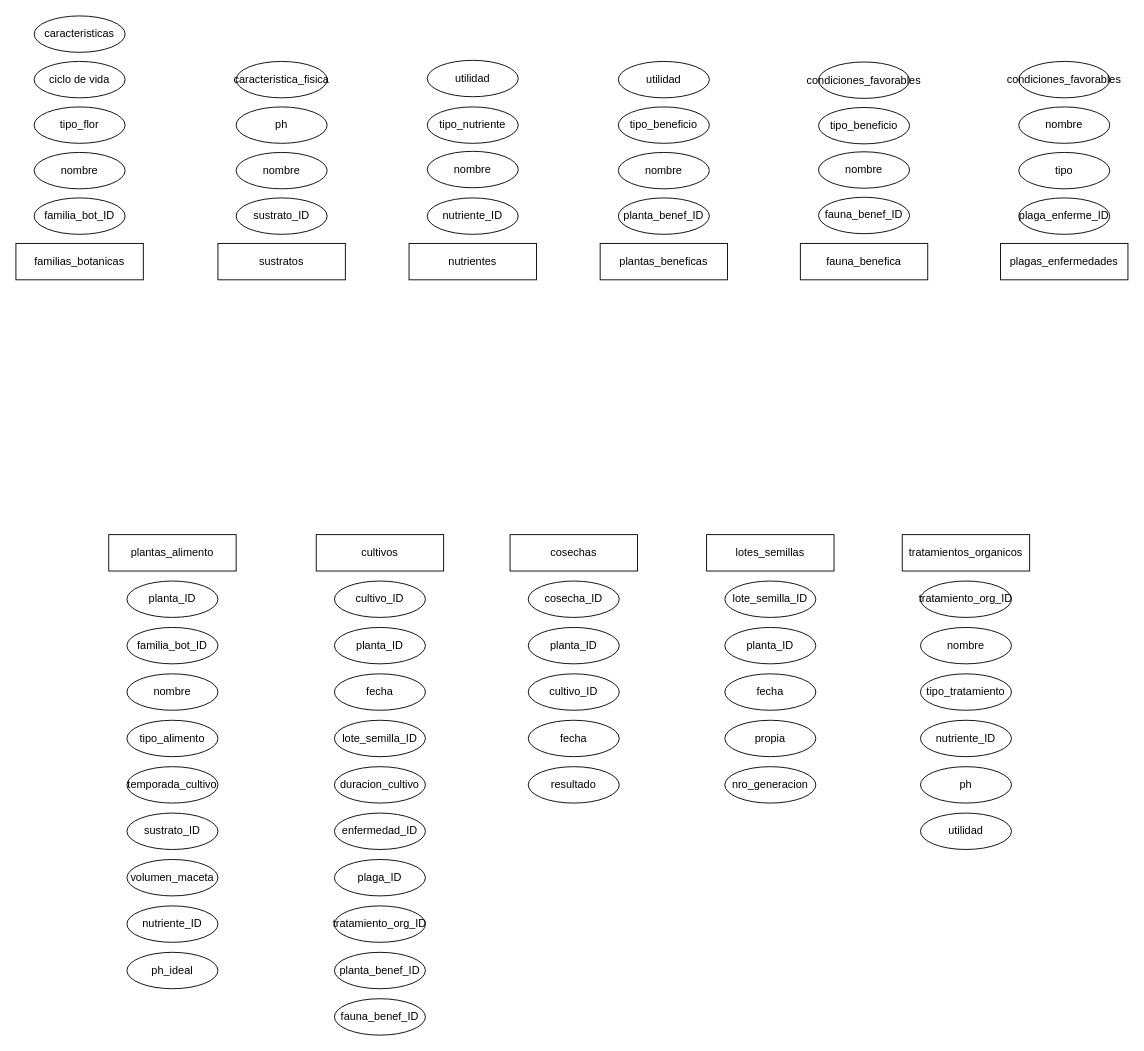
Before: Huerta.drawio in MariaSoledadHiga/sql-coderhouse, a draw.io diagram. Source tidied: cells renumbered, new cells numbered last; positions are measured from the earlier drawing's top-left corner, leaving out a move shared by most shapes. Both pictures are drawn from the tidied source at 91%, with x=0, y=0 at pixel (15, 15).
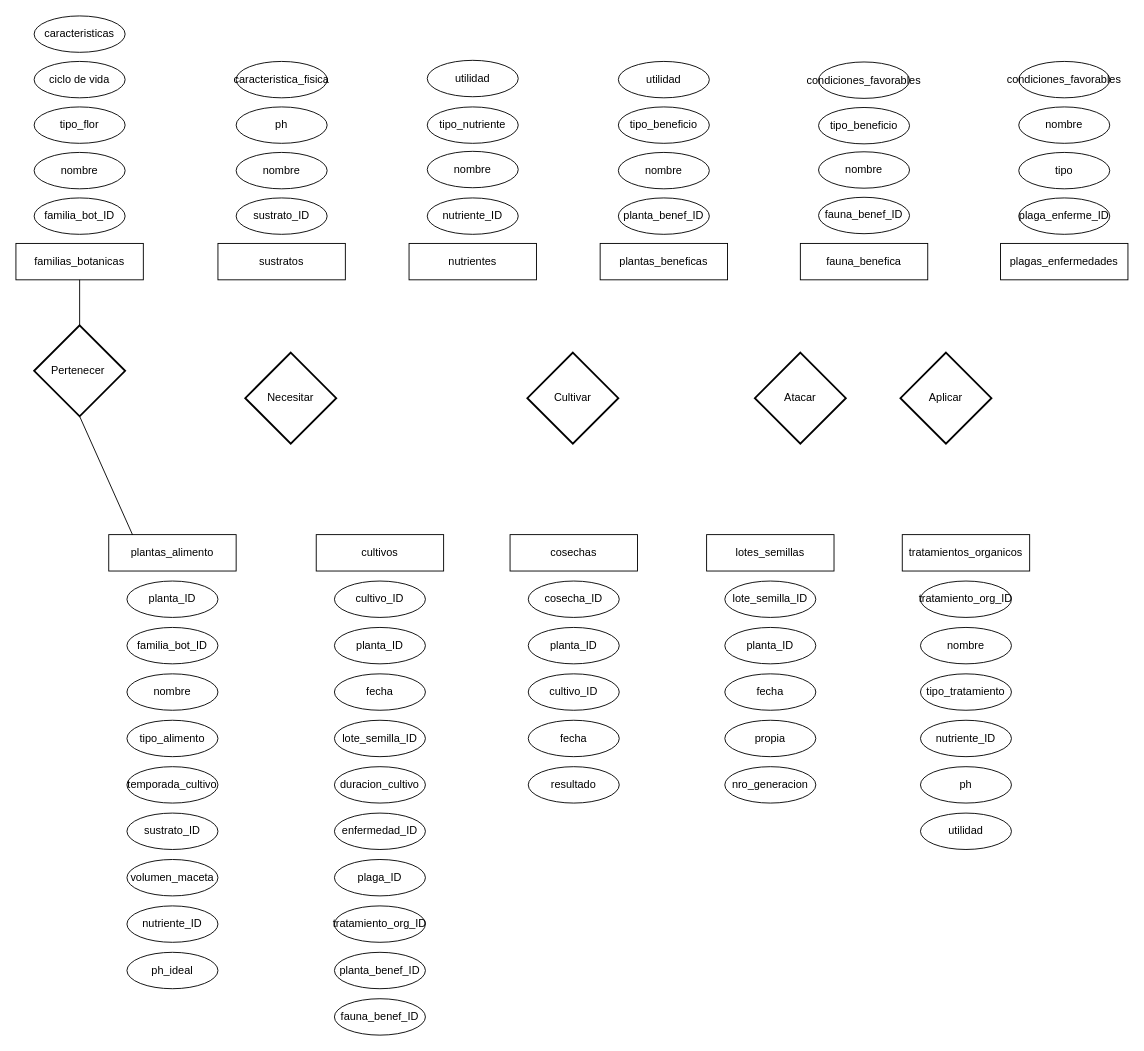
After the change.

Commit message:
empezando a integrar acciones

The change refers to these unchanged cells:
```xml
<mxCell id="3" value="plantas_alimento" style="whiteSpace=wrap;html=1;align=center;" parent="2" vertex="1">
  <mxGeometry width="140" height="40" as="geometry" />
</mxCell>
<mxCell id="48" value="familias_botanicas" style="whiteSpace=wrap;html=1;align=center;" parent="47" vertex="1">
  <mxGeometry y="250" width="140" height="40" as="geometry" />
</mxCell>
```

Diff of the diagram source:
```diff
@@
+    <mxCell id="85" value="Pertenecer&amp;nbsp;" style="strokeWidth=2;html=1;shape=mxgraph.flowchart.decision;whiteSpace=wrap;" parent="1" vertex="1">
+      <mxGeometry x="20" y="340" width="100" height="100" as="geometry" />
+    </mxCell>
+    <mxCell id="86" value="Necesitar" style="strokeWidth=2;html=1;shape=mxgraph.flowchart.decision;whiteSpace=wrap;" parent="1" vertex="1">
+      <mxGeometry x="252" y="370" width="100" height="100" as="geometry" />
+    </mxCell>
+    <mxCell id="87" value="Cultivar" style="strokeWidth=2;html=1;shape=mxgraph.flowchart.decision;whiteSpace=wrap;" parent="1" vertex="1">
+      <mxGeometry x="562" y="370" width="100" height="100" as="geometry" />
+    </mxCell>
+    <mxCell id="88" value="Aplicar" style="strokeWidth=2;html=1;shape=mxgraph.flowchart.decision;whiteSpace=wrap;" parent="1" vertex="1">
+      <mxGeometry x="972" y="370" width="100" height="100" as="geometry" />
+    </mxCell>
+    <mxCell id="89" value="Atacar" style="strokeWidth=2;html=1;shape=mxgraph.flowchart.decision;whiteSpace=wrap;" parent="1" vertex="1">
+      <mxGeometry x="812" y="370" width="100" height="100" as="geometry" />
+    </mxCell>
+    <mxCell id="90" style="edgeStyle=none;jettySize=auto;html=1;rounded=0;endArrow=none;endFill=0;exitX=0.5;exitY=1;exitDx=0;exitDy=0;entryX=0.5;entryY=0;entryDx=0;entryDy=0;entryPerimeter=0;" parent="1" edge="1" source="48" target="85">
+      <mxGeometry relative="1" as="geometry" />
+    </mxCell>
+    <mxCell id="91" style="endArrow=none;html=1;rounded=0;entryX=0.5;entryY=1;entryDx=0;entryDy=0;entryPerimeter=0;exitX=0.187;exitY=0.006;exitDx=0;exitDy=0;exitPerimeter=0;" parent="1" edge="1" source="3" target="85">
+      <mxGeometry relative="1" as="geometry" />
+    </mxCell>
```
